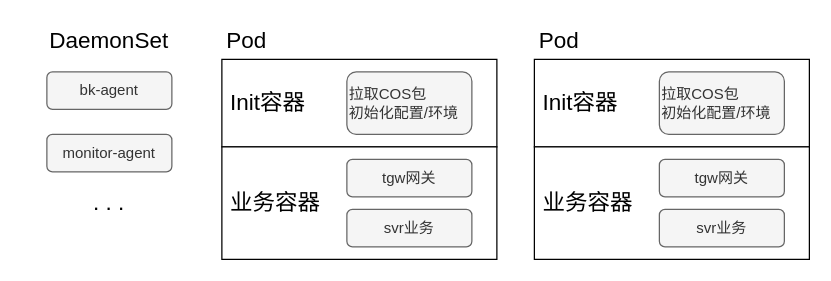
Before: page "容器结构" (6 of 6) of 业务上云.drawio in myfreejoey/picgo, a draw.io diagram. Source tidied: cells renumbered, new cells numbered last; positions are measured from the earlier drawing's top-left corner, leaving out a move shared by most shapes. Both pictures are drawn from the tidied source at 125%, with x=0, y=0 at pixel (21, 21).
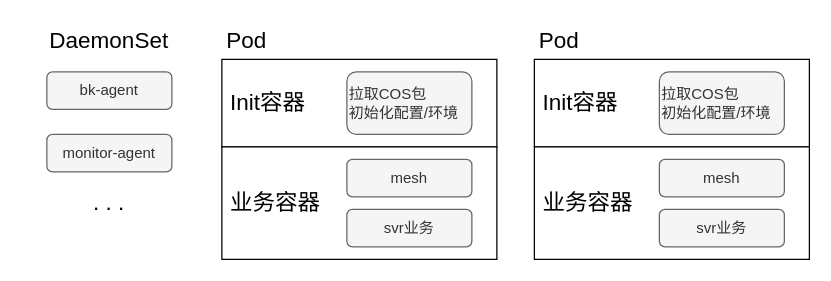
Above is the later version.

The edit, as a diff of the source:
```diff
@@
 <mxGraphModel>
   <root>
     <mxCell id="0" />
     <mxCell id="1" parent="0" />
     <mxCell id="2" value="&lt;p style=&quot;&quot;&gt;&lt;span style=&quot;background-color: initial;&quot;&gt;&lt;font style=&quot;font-size: 18px;&quot;&gt;&amp;nbsp;Init容器&lt;/font&gt;&lt;/span&gt;&lt;/p&gt;" style="rounded=0;whiteSpace=wrap;html=1;align=left;" parent="1" vertex="1">
       <mxGeometry x="160" y="30" width="220" height="70" as="geometry" />
     </mxCell>
     <mxCell id="3" value="&lt;p&gt;&lt;font style=&quot;font-size: 18px;&quot;&gt;&amp;nbsp;业务容器&lt;/font&gt;&lt;/p&gt;" style="rounded=0;whiteSpace=wrap;html=1;align=left;" parent="1" vertex="1">
       <mxGeometry x="160" y="100" width="220" height="90" as="geometry" />
     </mxCell>
-    <mxCell id="4" value="tgw网关" style="rounded=1;whiteSpace=wrap;html=1;fillColor=#f5f5f5;strokeColor=#666666;fontColor=#333333;" parent="1" vertex="1">
+    <mxCell id="4" value="mesh" style="rounded=1;whiteSpace=wrap;html=1;fillColor=#f5f5f5;strokeColor=#666666;fontColor=#333333;" parent="1" vertex="1">
       <mxGeometry x="260" y="110" width="100" height="30" as="geometry" />
     </mxCell>
     <mxCell id="5" value="svr业务" style="rounded=1;whiteSpace=wrap;html=1;fillColor=#f5f5f5;strokeColor=#666666;fontColor=#333333;" parent="1" vertex="1">
       <mxGeometry x="260" y="150" width="100" height="30" as="geometry" />
     </mxCell>
     <mxCell id="6" value="拉取COS包&lt;br style=&quot;border-color: var(--border-color);&quot;&gt;&lt;span style=&quot;&quot;&gt;初始化配置/环境&lt;/span&gt;" style="rounded=1;whiteSpace=wrap;html=1;fillColor=#f5f5f5;strokeColor=#666666;align=left;fontColor=#333333;" parent="1" vertex="1">
       <mxGeometry x="260" y="40" width="100" height="50" as="geometry" />
     </mxCell>
     <mxCell id="7" value="&lt;font style=&quot;font-size: 18px;&quot;&gt;Pod&lt;/font&gt;" style="text;html=1;strokeColor=none;fillColor=none;align=center;verticalAlign=middle;whiteSpace=wrap;rounded=0;" parent="1" vertex="1">
       <mxGeometry x="150" width="60" height="30" as="geometry" />
     </mxCell>
     <mxCell id="8" value="&lt;p style=&quot;&quot;&gt;&lt;span style=&quot;background-color: initial;&quot;&gt;&lt;font style=&quot;font-size: 18px;&quot;&gt;&amp;nbsp;Init容器&lt;/font&gt;&lt;/span&gt;&lt;/p&gt;" style="rounded=0;whiteSpace=wrap;html=1;align=left;" parent="1" vertex="1">
       <mxGeometry x="410" y="30" width="220" height="70" as="geometry" />
     </mxCell>
     <mxCell id="9" value="&lt;p&gt;&lt;font style=&quot;font-size: 18px;&quot;&gt;&amp;nbsp;业务容器&lt;/font&gt;&lt;/p&gt;" style="rounded=0;whiteSpace=wrap;html=1;align=left;" parent="1" vertex="1">
       <mxGeometry x="410" y="100" width="220" height="90" as="geometry" />
     </mxCell>
-    <mxCell id="10" value="tgw网关" style="rounded=1;whiteSpace=wrap;html=1;fillColor=#f5f5f5;strokeColor=#666666;fontColor=#333333;" parent="1" vertex="1">
+    <mxCell id="10" value="mesh" style="rounded=1;whiteSpace=wrap;html=1;fillColor=#f5f5f5;strokeColor=#666666;fontColor=#333333;" parent="1" vertex="1">
       <mxGeometry x="510" y="110" width="100" height="30" as="geometry" />
     </mxCell>
     <mxCell id="11" value="svr业务" style="rounded=1;whiteSpace=wrap;html=1;fillColor=#f5f5f5;strokeColor=#666666;fontColor=#333333;" parent="1" vertex="1">
       <mxGeometry x="510" y="150" width="100" height="30" as="geometry" />
     </mxCell>
     <mxCell id="12" value="拉取COS包&lt;br style=&quot;border-color: var(--border-color);&quot;&gt;&lt;span style=&quot;&quot;&gt;初始化配置/环境&lt;/span&gt;" style="rounded=1;whiteSpace=wrap;html=1;fillColor=#f5f5f5;strokeColor=#666666;align=left;fontColor=#333333;" parent="1" vertex="1">
       <mxGeometry x="510" y="40" width="100" height="50" as="geometry" />
     </mxCell>
     <mxCell id="13" value="&lt;font style=&quot;font-size: 18px;&quot;&gt;Pod&lt;/font&gt;" style="text;html=1;strokeColor=none;fillColor=none;align=center;verticalAlign=middle;whiteSpace=wrap;rounded=0;" parent="1" vertex="1">
       <mxGeometry x="400" width="60" height="30" as="geometry" />
     </mxCell>
     <mxCell id="14" value="&lt;font style=&quot;font-size: 18px;&quot;&gt;DaemonSet&lt;/font&gt;" style="text;html=1;strokeColor=none;fillColor=none;align=center;verticalAlign=middle;whiteSpace=wrap;rounded=0;" parent="1" vertex="1">
       <mxGeometry width="140" height="30" as="geometry" />
     </mxCell>
     <mxCell id="15" value="bk-agent" style="rounded=1;whiteSpace=wrap;html=1;align=center;fillColor=#f5f5f5;fontColor=#333333;strokeColor=#666666;" parent="1" vertex="1">
       <mxGeometry x="20" y="40" width="100" height="30" as="geometry" />
     </mxCell>
     <mxCell id="16" value="monitor-agent" style="rounded=1;whiteSpace=wrap;html=1;align=center;fillColor=#f5f5f5;fontColor=#333333;strokeColor=#666666;" parent="1" vertex="1">
       <mxGeometry x="20" y="90" width="100" height="30" as="geometry" />
     </mxCell>
     <mxCell id="17" value="&lt;font style=&quot;font-size: 18px;&quot;&gt;. . .&lt;/font&gt;" style="text;html=1;strokeColor=none;fillColor=none;align=center;verticalAlign=middle;whiteSpace=wrap;rounded=0;" parent="1" vertex="1">
       <mxGeometry x="40" y="130" width="60" height="30" as="geometry" />
     </mxCell>
   </root>
 </mxGraphModel>
```
